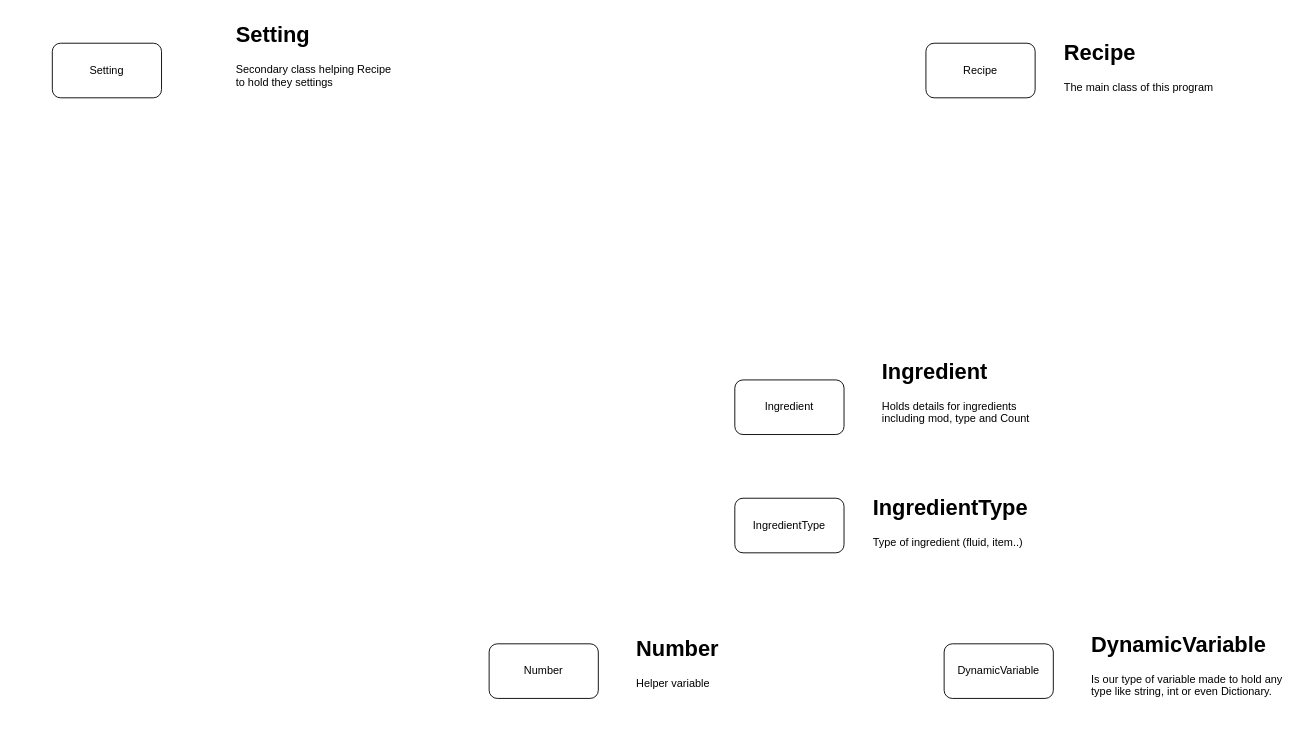
Above: page "Main" (1 of 8) of Diagrams/Core.drawio in WeeeBuch/KubeCrafter (draw.io), before the change. Source tidied: cells renumbered, new cells numbered last; positions are measured from the earlier drawing's top-left corner, leaving out a move shared by most shapes. Both pictures are drawn from the tidied source at 91%, with x=0, y=0 at pixel (52, 15).
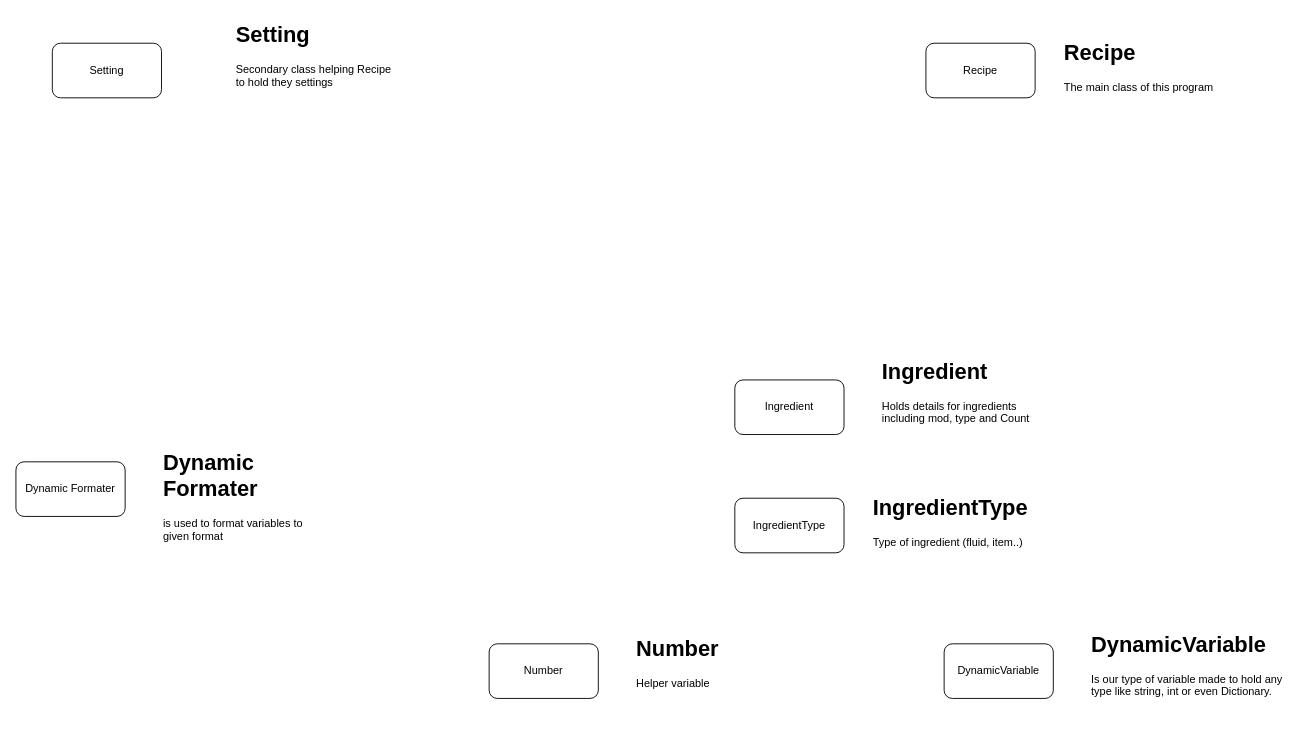
The same page after the edit.

The edit, as a diff of the source:
```diff
@@
 <mxGraphModel>
   <root>
     <mxCell id="0" />
     <mxCell id="1" parent="0" />
     <mxCell id="2" value="DynamicVariable" style="rounded=1;whiteSpace=wrap;html=1;" parent="1" vertex="1">
       <mxGeometry x="980" y="690" width="120" height="60" as="geometry" />
     </mxCell>
     <mxCell id="3" value="&lt;h1 style=&quot;margin-top: 0px;&quot;&gt;DynamicVariable&lt;/h1&gt;&lt;div&gt;Is our type of variable made to hold any type like string, int or even Dictionary.&lt;/div&gt;" style="text;html=1;whiteSpace=wrap;overflow=hidden;rounded=0;" parent="1" vertex="1">
       <mxGeometry x="1140" y="670" width="220" height="120" as="geometry" />
     </mxCell>
     <mxCell id="4" value="Recipe" style="rounded=1;whiteSpace=wrap;html=1;" parent="1" vertex="1">
       <mxGeometry x="960" y="30" width="120" height="60" as="geometry" />
     </mxCell>
     <mxCell id="5" value="&lt;h1 style=&quot;margin-top: 0px;&quot;&gt;Recipe&lt;/h1&gt;&lt;div&gt;The main class of this program&lt;/div&gt;" style="text;html=1;whiteSpace=wrap;overflow=hidden;rounded=0;" parent="1" vertex="1">
       <mxGeometry x="1110" y="20" width="180" height="80" as="geometry" />
     </mxCell>
     <mxCell id="6" value="Number" style="rounded=1;whiteSpace=wrap;html=1;" parent="1" vertex="1">
       <mxGeometry x="480" y="690" width="120" height="60" as="geometry" />
     </mxCell>
     <mxCell id="7" value="&lt;h1 style=&quot;margin-top: 0px;&quot;&gt;Number&lt;/h1&gt;&lt;div&gt;Helper variable&lt;/div&gt;" style="text;html=1;whiteSpace=wrap;overflow=hidden;rounded=0;" parent="1" vertex="1">
       <mxGeometry x="640" y="675" width="320" height="90" as="geometry" />
     </mxCell>
     <mxCell id="8" value="Setting" style="rounded=1;whiteSpace=wrap;html=1;" parent="1" vertex="1">
       <mxGeometry y="30" width="120" height="60" as="geometry" />
     </mxCell>
     <mxCell id="9" value="&lt;h1 style=&quot;margin-top: 0px;&quot;&gt;Setting&lt;/h1&gt;&lt;div&gt;Secondary class helping Recipe to hold they settings&lt;/div&gt;" style="text;html=1;whiteSpace=wrap;overflow=hidden;rounded=0;" parent="1" vertex="1">
       <mxGeometry x="200" width="180" height="120" as="geometry" />
     </mxCell>
     <mxCell id="10" value="Ingredient" style="rounded=1;whiteSpace=wrap;html=1;" parent="1" vertex="1">
       <mxGeometry x="750" y="400" width="120" height="60" as="geometry" />
     </mxCell>
     <mxCell id="11" value="&lt;h1 style=&quot;margin-top: 0px;&quot;&gt;Ingredient&lt;/h1&gt;&lt;p&gt;Holds details for ingredients including mod, type and Count&lt;/p&gt;" style="text;html=1;whiteSpace=wrap;overflow=hidden;rounded=0;" parent="1" vertex="1">
       <mxGeometry x="910" y="370" width="180" height="120" as="geometry" />
     </mxCell>
     <mxCell id="12" value="IngredientType" style="rounded=1;whiteSpace=wrap;html=1;" parent="1" vertex="1">
       <mxGeometry x="750" y="530" width="120" height="60" as="geometry" />
     </mxCell>
     <mxCell id="13" value="&lt;h1 style=&quot;margin-top: 0px;&quot;&gt;IngredientType&lt;/h1&gt;&lt;p&gt;Type of ingredient (fluid, item..)&lt;/p&gt;" style="text;html=1;whiteSpace=wrap;overflow=hidden;rounded=0;" parent="1" vertex="1">
       <mxGeometry x="900" y="520" width="180" height="120" as="geometry" />
     </mxCell>
+    <mxCell id="14" value="Dynamic Formater" style="rounded=1;whiteSpace=wrap;html=1;" parent="1" vertex="1">
+      <mxGeometry x="-40" y="490" width="120" height="60" as="geometry" />
+    </mxCell>
+    <mxCell id="15" value="&lt;h1 style=&quot;margin-top: 0px;&quot;&gt;Dynamic Formater&lt;/h1&gt;&lt;div&gt;is used to format variables to given format&lt;/div&gt;" style="text;html=1;whiteSpace=wrap;overflow=hidden;rounded=0;" parent="1" vertex="1">
+      <mxGeometry x="120" y="470" width="180" height="120" as="geometry" />
+    </mxCell>
   </root>
 </mxGraphModel>
```
